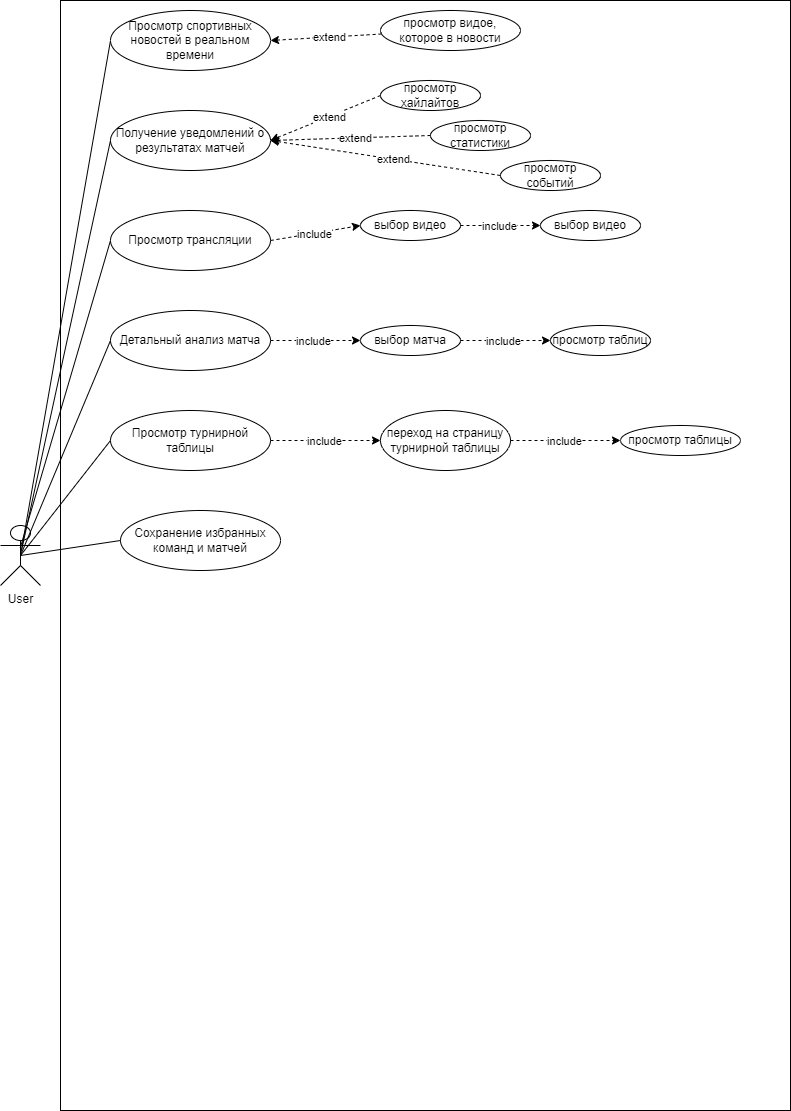
KorolenkoDaniil/SportApp keeps this draw.io diagram as Use Case diagram.drawio.png. Above is the earlier version. Source tidied: cells renumbered, new cells last; positions are measured from the earlier drawing's top-left corner, leaving out a move shared by most shapes.
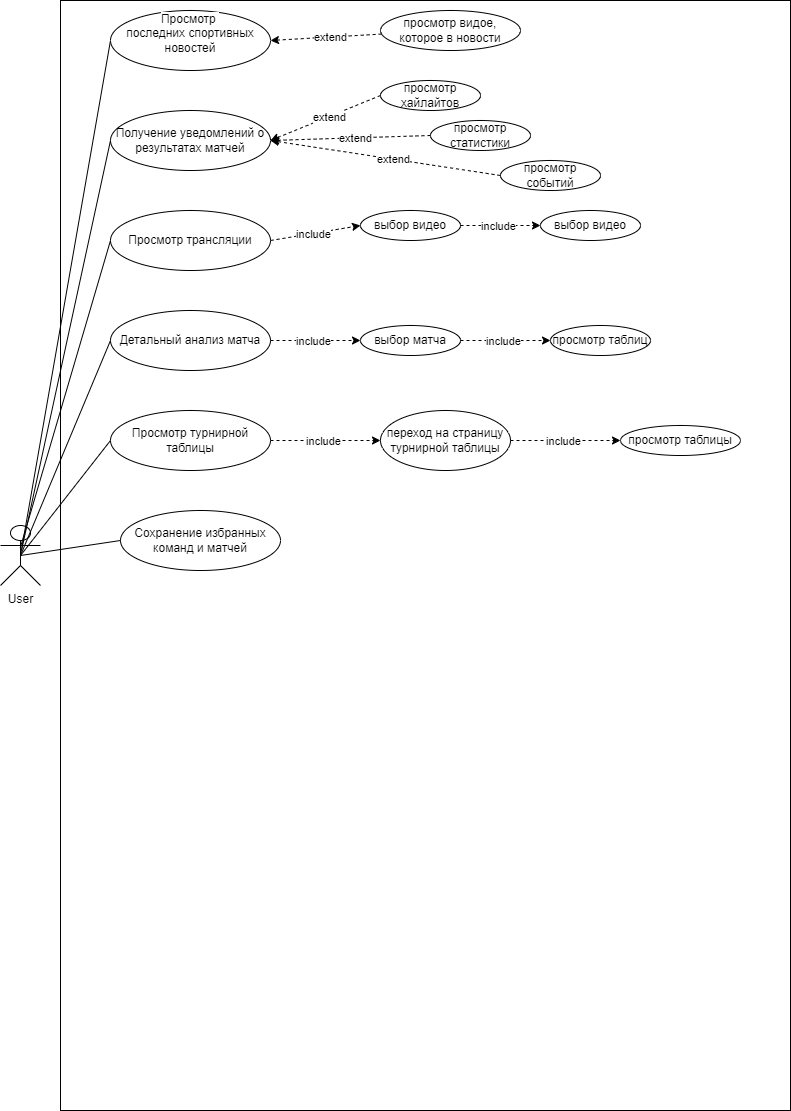
Above is the later version.

Diff of the diagram source:
```diff
@@ -11,7 +11,7 @@
     <mxCell id="4" style="rounded=0;whiteSpace=wrap;html=1;fillColor=none;imageHeight=24;" parent="1" vertex="1">
       <mxGeometry x="60" width="730" height="1110" as="geometry" />
     </mxCell>
-    <mxCell id="5" value="Просмотр спортивных новостей в реальном времени" style="ellipse;whiteSpace=wrap;html=1;" parent="1" vertex="1">
+    <mxCell id="5" value="&lt;p style=&quot;margin:0cm;mso-list:l0 level1 lfo1&quot; class=&quot;a&quot;&gt;&lt;span style=&quot;background: white;&quot;&gt;Просмотр&amp;nbsp;&lt;/span&gt;&lt;/p&gt;&lt;p style=&quot;margin:0cm;mso-list:l0 level1 lfo1&quot; class=&quot;a&quot;&gt;&lt;span style=&quot;background: white;&quot;&gt;последних спортивных новостей&lt;/span&gt;&lt;/p&gt;&lt;p style=&quot;margin:0cm;mso-list:l0 level1 lfo1&quot; class=&quot;a&quot;&gt;&lt;span style=&quot;background: white;&quot;&gt;&lt;br&gt;&lt;/span&gt;&lt;/p&gt;" style="ellipse;whiteSpace=wrap;html=1;" parent="1" vertex="1">
       <mxGeometry x="110" y="10" width="160" height="60" as="geometry" />
     </mxCell>
     <mxCell id="6" value="Получение уведомлений о результатах матчей" style="ellipse;whiteSpace=wrap;html=1;" parent="1" vertex="1">
```
